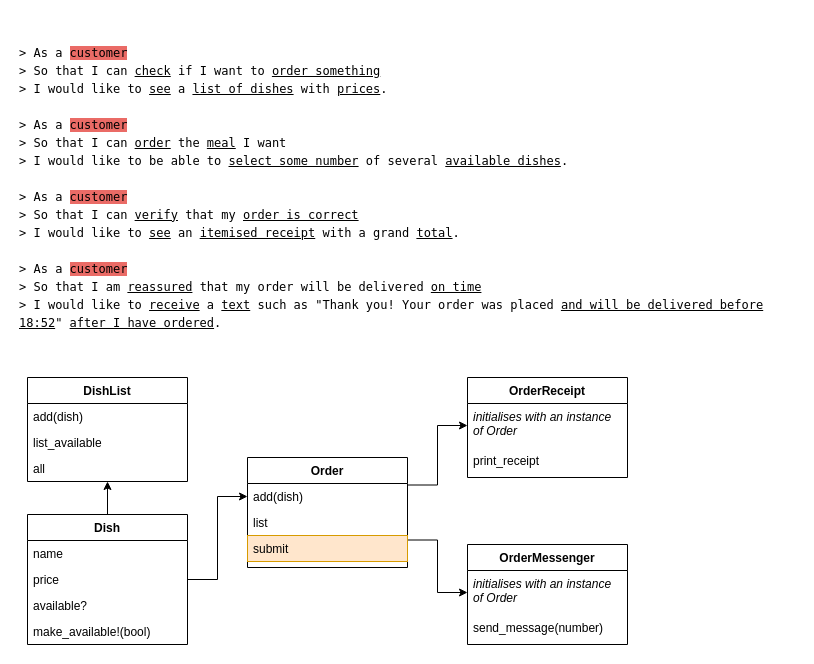
Before: takeaway-project/project_outline.drawio in ThomasSel/golden-square, a draw.io diagram. Source tidied: cells renumbered, new cells numbered last; positions are measured from the earlier drawing's top-left corner, leaving out a move shared by most shapes. Both pictures are drawn from the tidied source at 100%, with x=0, y=0 at pixel (17, 17).
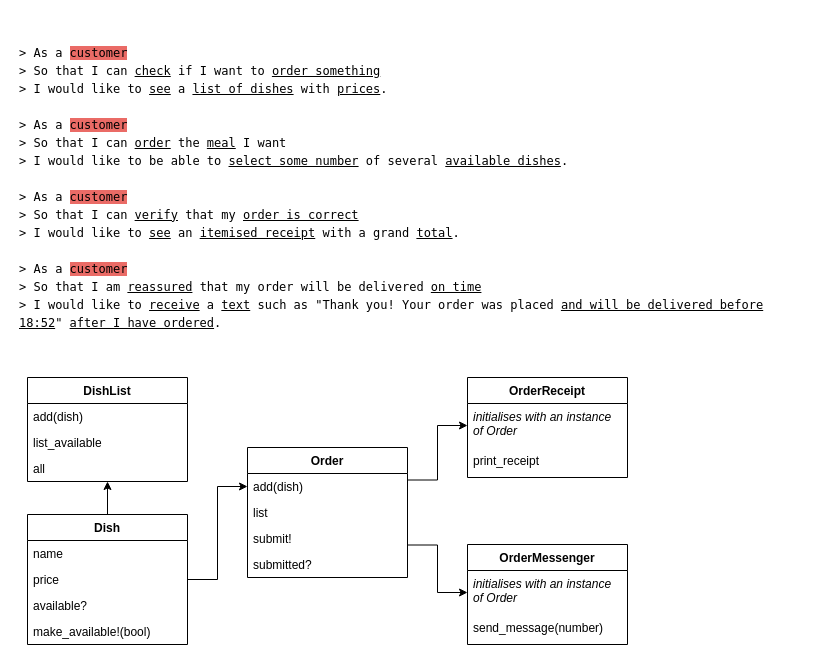
The same diagram, later.

Diff of the diagram source:
```diff
@@
     <mxCell id="15" value="Order" style="swimlane;fontStyle=1;align=center;verticalAlign=top;horizontal=1;startSize=26;rounded=0;shadow=0;strokeWidth=1;" parent="1" vertex="1">
-      <mxGeometry x="230" y="440" width="160" height="110" as="geometry" />
+      <mxGeometry x="230" y="430" width="160" height="130" as="geometry" />
     </mxCell>
@@
-    <mxCell id="18" value="submit" style="text;align=left;verticalAlign=top;spacingLeft=4;spacingRight=4;overflow=hidden;fillColor=#ffe6cc;strokeColor=#d79b00;" parent="15" vertex="1">
+    <mxCell id="18" value="submit!" style="text;align=left;verticalAlign=top;spacingLeft=4;spacingRight=4;overflow=hidden;" parent="15" vertex="1">
       <mxGeometry y="78" width="160" height="26" as="geometry" />
     </mxCell>
+    <mxCell id="26" value="submitted?" style="text;align=left;verticalAlign=top;spacingLeft=4;spacingRight=4;overflow=hidden;" parent="15" vertex="1">
+      <mxGeometry y="104" width="160" height="26" as="geometry" />
+    </mxCell>
```
